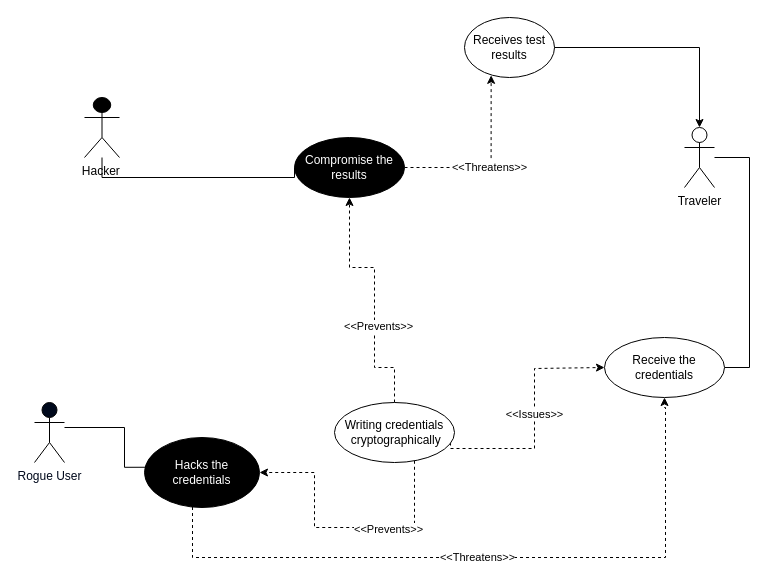
This is Untitled Diagram.drawio from danielmulangu/Equation, a draw.io file, before an edit. Source tidied: cells renumbered, new cells numbered last; positions are measured from the earlier drawing's top-left corner, leaving out a move shared by most shapes. Both pictures are drawn from the tidied source at 100%, with x=0, y=0 at pixel (34, 17).
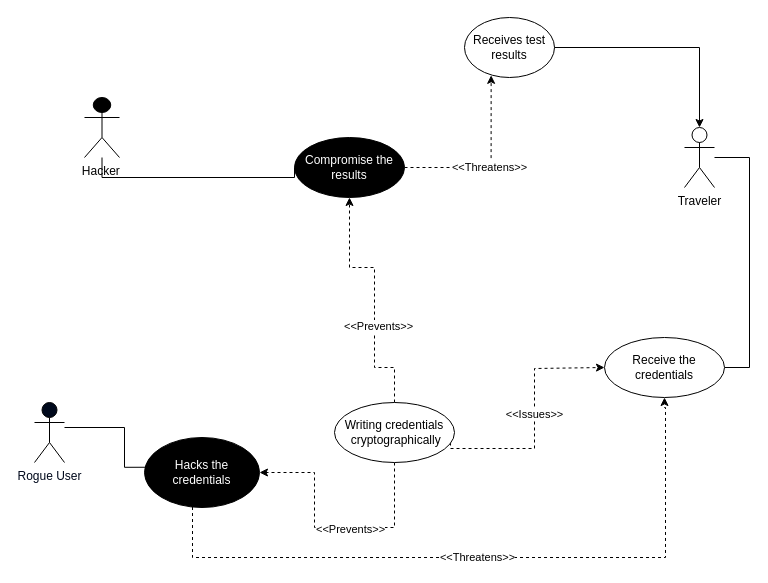
After the change.

Unchanged cells that the change refers to:
```xml
<mxCell id="10" value="Writing credentials &amp;nbsp;cryptographically" style="ellipse;whiteSpace=wrap;html=1;" parent="1" vertex="1">
  <mxGeometry x="300" y="385" width="120" height="60" as="geometry" />
</mxCell>
<mxCell id="16" value="&lt;font color=&quot;#ffffff&quot;&gt;Hacks the credentials&lt;/font&gt;" style="ellipse;whiteSpace=wrap;html=1;fillColor=#000000;" parent="1" vertex="1">
  <mxGeometry x="110" y="420" width="115" height="70" as="geometry" />
</mxCell>
```

The edit, as a diff of the source:
```diff
@@
-    <mxCell id="4" style="edgeStyle=orthogonalEdgeStyle;rounded=0;jettySize=auto;html=1;dashed=1;entryX=1;entryY=0.5;entryDx=0;entryDy=0;" parent="1" edge="1" source="10" target="16">
+    <mxCell id="4" style="edgeStyle=orthogonalEdgeStyle;rounded=0;jettySize=auto;html=1;dashed=1;entryX=1;entryY=0.5;entryDx=0;entryDy=0;exitX=0.5;exitY=1;exitDx=0;exitDy=0;" parent="1" edge="1" source="10" target="16">
       <mxGeometry relative="1" as="geometry">
         <Array as="points">
-          <mxPoint x="380" y="510" />
+          <mxPoint x="360" y="510" />
           <mxPoint x="280" y="510" />
           <mxPoint x="280" y="455" />
         </Array>
       </mxGeometry>
     </mxCell>
     <mxCell id="5" value="&amp;lt;&amp;lt;Prevents&amp;gt;&amp;gt;" style="edgeLabel;html=1;align=center;verticalAlign=middle;" parent="4" vertex="1">
-      <mxGeometry x="-0.33" y="1" relative="1" as="geometry" />
+      <mxGeometry x="-0.33" y="1" relative="1" as="geometry">
+        <mxPoint x="-25" as="offset" />
+      </mxGeometry>
     </mxCell>
```
